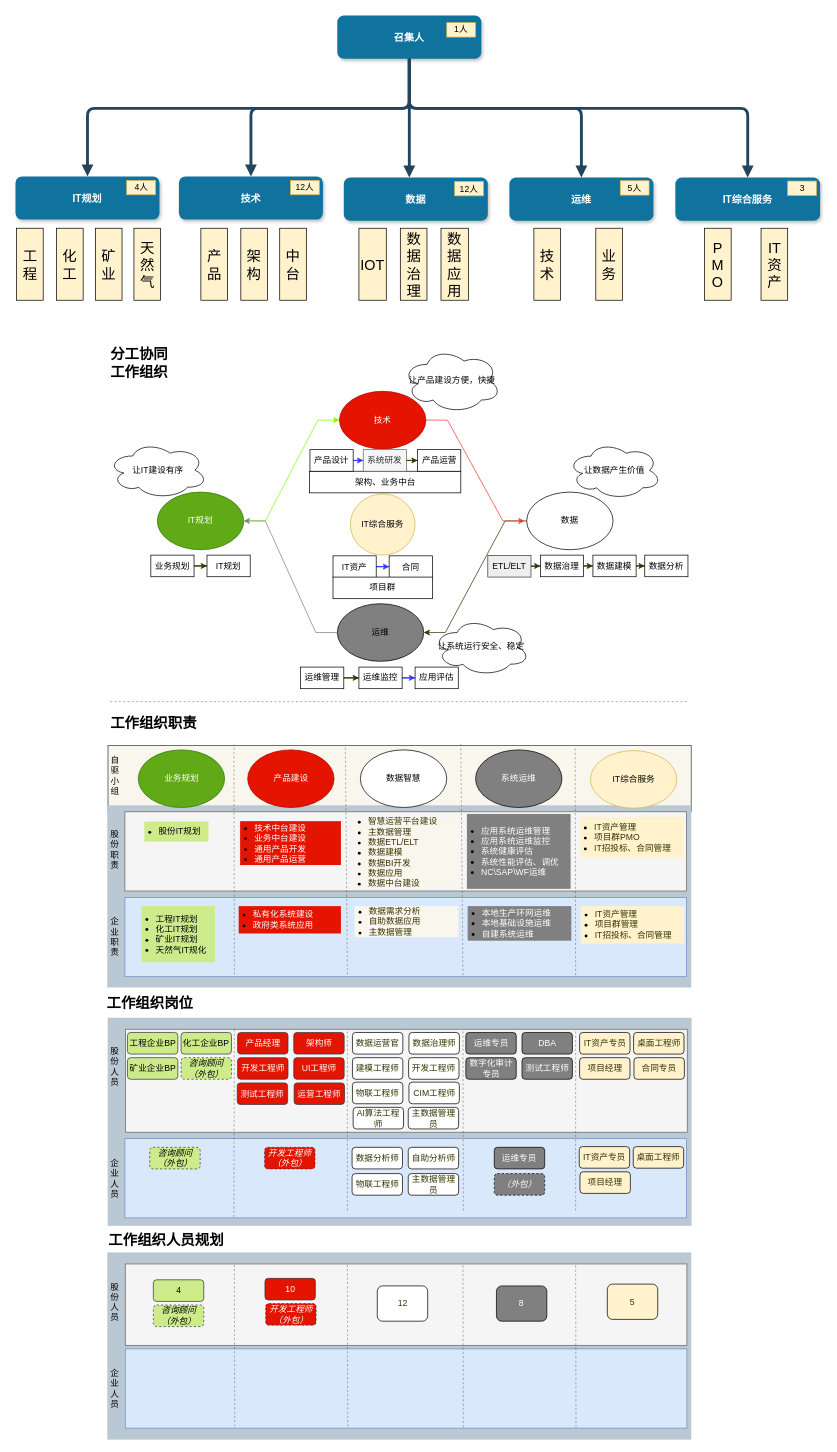
The draw.io diagram page "第 27 页" (20 of 20) of MQ服务.drawio in chinadragonsjz/project, before the edit. Source tidied: cells renumbered, new cells numbered last; positions are measured from the earlier drawing's top-left corner, leaving out a move shared by most shapes. Both pictures are drawn from the tidied source at 72%, with x=0, y=0 at pixel (15, 15).
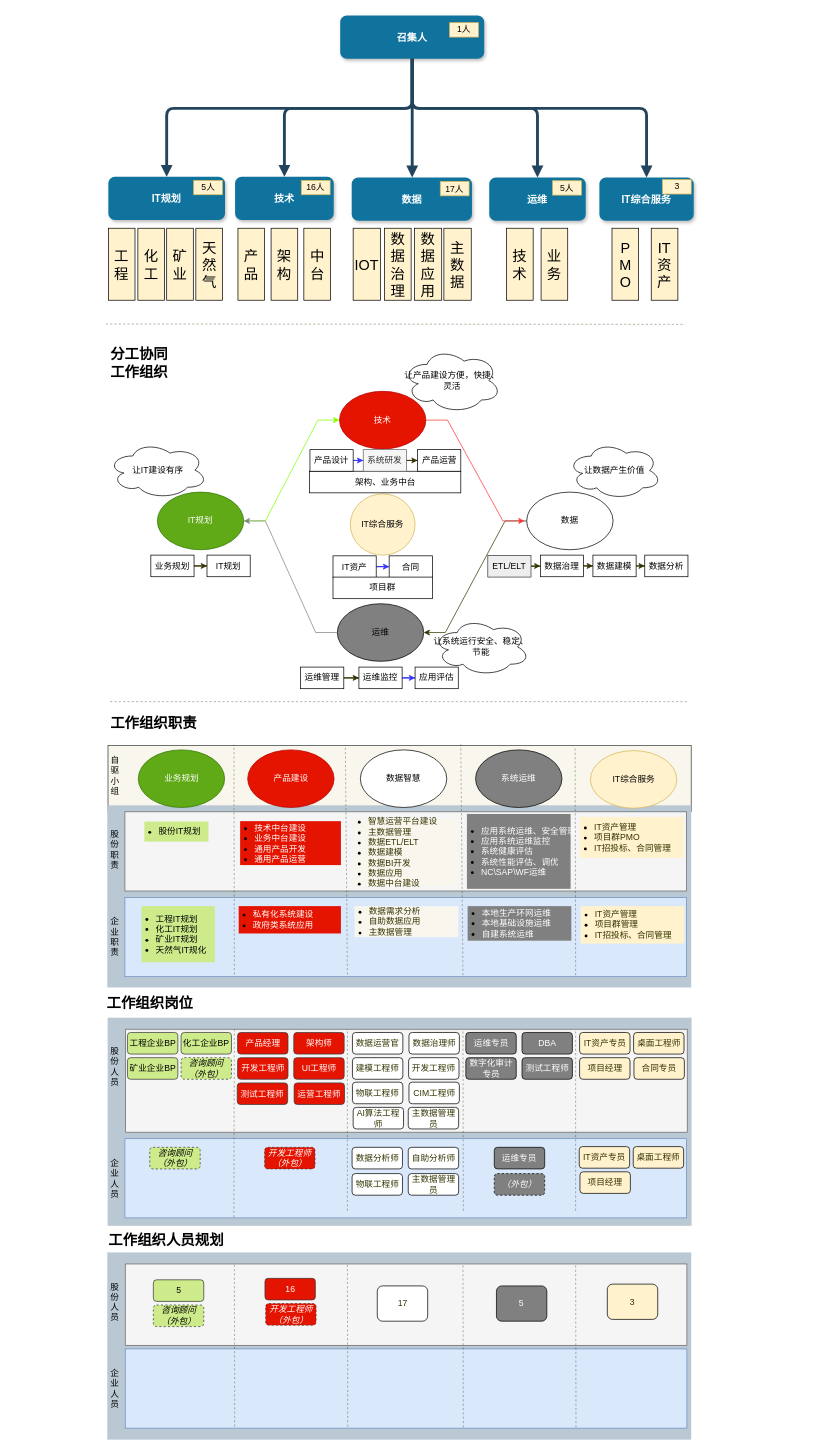
The same diagram, later.

Change to the diagram source:
```diff
@@
-    <mxCell id="25" value="让产品建设方便，快捷" style="ellipse;shape=cloud;whiteSpace=wrap;html=1;" parent="1" vertex="1">
+    <mxCell id="25" value="让产品建设方便，快捷、灵活" style="ellipse;shape=cloud;whiteSpace=wrap;html=1;" parent="1" vertex="1">
       <mxGeometry x="537.5" y="462" width="137" height="90" as="geometry" />
     </mxCell>
-    <mxCell id="26" value="让系统运行安全、稳定" style="ellipse;shape=cloud;whiteSpace=wrap;html=1;" parent="1" vertex="1">
+    <mxCell id="26" value="让系统运行安全、稳定、节能" style="ellipse;shape=cloud;whiteSpace=wrap;html=1;" parent="1" vertex="1">
       <mxGeometry x="580" y="837" width="134" height="80" as="geometry" />
     </mxCell>
@@
-    <mxCell id="49" value="&lt;ul&gt;&lt;li&gt;&lt;font color=&quot;#ffffff&quot;&gt;应用系统运维管理&lt;/font&gt;&lt;/li&gt;&lt;li&gt;&lt;font color=&quot;#ffffff&quot;&gt;应用系统运维监控&lt;/font&gt;&lt;/li&gt;&lt;li&gt;&lt;font color=&quot;#ffffff&quot;&gt;系统健康评估&lt;/font&gt;&lt;/li&gt;&lt;li&gt;&lt;span style=&quot;color: rgb(255 , 255 , 255)&quot;&gt;系统性能评估、调优&lt;/span&gt;&lt;br&gt;&lt;/li&gt;&lt;li&gt;&lt;font color=&quot;#ffffff&quot;&gt;NC\SAP\WF运维&lt;/font&gt;&lt;/li&gt;&lt;/ul&gt;" style="text;html=1;strokeColor=none;fillColor=#808080;align=left;verticalAlign=middle;whiteSpace=wrap;rounded=0;spacing=-20;" parent="1" vertex="1">
+    <mxCell id="49" value="&lt;ul&gt;&lt;li&gt;&lt;font color=&quot;#ffffff&quot;&gt;应用系统运维、安全管理&lt;/font&gt;&lt;/li&gt;&lt;li&gt;&lt;font color=&quot;#ffffff&quot;&gt;应用系统运维监控&lt;/font&gt;&lt;/li&gt;&lt;li&gt;&lt;font color=&quot;#ffffff&quot;&gt;系统健康评估&lt;/font&gt;&lt;/li&gt;&lt;li&gt;&lt;span style=&quot;color: rgb(255 , 255 , 255)&quot;&gt;系统性能评估、调优&lt;/span&gt;&lt;br&gt;&lt;/li&gt;&lt;li&gt;&lt;font color=&quot;#ffffff&quot;&gt;NC\SAP\WF运维&lt;/font&gt;&lt;/li&gt;&lt;/ul&gt;" style="text;html=1;strokeColor=none;fillColor=#808080;align=left;verticalAlign=middle;whiteSpace=wrap;rounded=0;spacing=-20;" parent="1" vertex="1">
       <mxGeometry x="627" y="1109" width="144" height="104" as="geometry" />
     </mxCell>
@@
-    <mxCell id="123" value="4" style="rounded=1;whiteSpace=wrap;html=1;fillColor=#cdeb8b;strokeColor=#36393d;" parent="1" vertex="1">
+    <mxCell id="123" value="5" style="rounded=1;whiteSpace=wrap;html=1;fillColor=#cdeb8b;strokeColor=#36393d;" parent="1" vertex="1">
       <mxGeometry x="191.5" y="1756" width="70" height="30" as="geometry" />
     </mxCell>
-    <mxCell id="124" value="&lt;font color=&quot;#ffffff&quot;&gt;10&lt;/font&gt;" style="rounded=1;whiteSpace=wrap;html=1;fillColor=#E51400;strokeColor=#36393d;" parent="1" vertex="1">
+    <mxCell id="124" value="&lt;font color=&quot;#ffffff&quot;&gt;16&lt;/font&gt;" style="rounded=1;whiteSpace=wrap;html=1;fillColor=#E51400;strokeColor=#36393d;" parent="1" vertex="1">
       <mxGeometry x="346.5" y="1754" width="70" height="30" as="geometry" />
     </mxCell>
-    <mxCell id="125" value="&lt;font color=&quot;#333300&quot;&gt;12&lt;/font&gt;" style="rounded=1;whiteSpace=wrap;html=1;" parent="1" vertex="1">
+    <mxCell id="125" value="&lt;font color=&quot;#333300&quot;&gt;17&lt;/font&gt;" style="rounded=1;whiteSpace=wrap;html=1;" parent="1" vertex="1">
       <mxGeometry x="502.5" y="1764.5" width="70" height="49" as="geometry" />
     </mxCell>
-    <mxCell id="126" value="&lt;font color=&quot;#ffffff&quot;&gt;8&lt;/font&gt;" style="rounded=1;whiteSpace=wrap;html=1;fillColor=#808080;" parent="1" vertex="1">
+    <mxCell id="126" value="&lt;font color=&quot;#ffffff&quot;&gt;5&lt;/font&gt;" style="rounded=1;whiteSpace=wrap;html=1;fillColor=#808080;" parent="1" vertex="1">
       <mxGeometry x="668" y="1764.5" width="70" height="49" as="geometry" />
     </mxCell>
-    <mxCell id="127" value="&lt;font color=&quot;#333300&quot;&gt;5&lt;/font&gt;" style="rounded=1;whiteSpace=wrap;html=1;fillColor=#FFF2CC;" parent="1" vertex="1">
+    <mxCell id="127" value="&lt;font color=&quot;#333300&quot;&gt;3&lt;/font&gt;" style="rounded=1;whiteSpace=wrap;html=1;fillColor=#FFF2CC;" parent="1" vertex="1">
       <mxGeometry x="822" y="1762" width="70" height="49" as="geometry" />
     </mxCell>
@@
     <mxCell id="130" value="召集人" style="rounded=1;fillColor=#10739E;strokeColor=none;shadow=1;gradientColor=none;fontStyle=1;fontColor=#FFFFFF;fontSize=14;" parent="1" vertex="1">
-      <mxGeometry x="447" width="200" height="60" as="geometry" />
+      <mxGeometry x="451" width="200" height="60" as="geometry" />
     </mxCell>
     <mxCell id="131" value="IT规划" style="rounded=1;fillColor=#10739E;strokeColor=none;shadow=1;gradientColor=none;fontStyle=1;fontColor=#FFFFFF;fontSize=14;" parent="1" vertex="1">
-      <mxGeometry y="223.5" width="200" height="60" as="geometry" />
+      <mxGeometry x="129" y="224" width="162" height="60" as="geometry" />
     </mxCell>
     <mxCell id="132" value="数据" style="rounded=1;fillColor=#10739E;strokeColor=none;shadow=1;gradientColor=none;fontStyle=1;fontColor=#FFFFFF;fontSize=14;" parent="1" vertex="1">
-      <mxGeometry x="456" y="225" width="200" height="60" as="geometry" />
+      <mxGeometry x="467" y="225" width="167" height="60" as="geometry" />
     </mxCell>
     <mxCell id="133" value="IT综合服务" style="rounded=1;fillColor=#10739E;strokeColor=none;shadow=1;gradientColor=none;fontStyle=1;fontColor=#FFFFFF;fontSize=14;" parent="1" vertex="1">
-      <mxGeometry x="916.5" y="225" width="201" height="60" as="geometry" />
+      <mxGeometry x="811" y="225" width="131" height="60" as="geometry" />
     </mxCell>
     <mxCell id="134" value="技术" style="rounded=1;fillColor=#10739E;strokeColor=none;shadow=1;gradientColor=none;fontStyle=1;fontColor=#FFFFFF;fontSize=14;" parent="1" vertex="1">
-      <mxGeometry x="227" y="223.5" width="200" height="60" as="geometry" />
+      <mxGeometry x="305" y="224" width="137" height="60" as="geometry" />
     </mxCell>
     <mxCell id="135" value="运维" style="rounded=1;fillColor=#10739E;strokeColor=none;shadow=1;gradientColor=none;fontStyle=1;fontColor=#FFFFFF;fontSize=14;" parent="1" vertex="1">
-      <mxGeometry x="686" y="225" width="200" height="60" as="geometry" />
+      <mxGeometry x="658" y="225" width="134" height="60" as="geometry" />
     </mxCell>
     <mxCell id="136" style="edgeStyle=elbowEdgeStyle;elbow=vertical;strokeWidth=4;endArrow=block;endFill=1;fontStyle=1;strokeColor=#23445D;exitX=0.5;exitY=1;exitDx=0;exitDy=0;" parent="1" edge="1" source="130" target="132">
       <mxGeometry x="-173" y="-51" as="geometry">
         <Array as="points">
-          <mxPoint x="547" y="220" />
-          <mxPoint x="607.5" y="129" />
+          <mxPoint x="551" y="180" />
+          <mxPoint x="611" y="220" />
+          <mxPoint x="671.5" y="129" />
         </Array>
       </mxGeometry>
     </mxCell>
     <mxCell id="137" style="edgeStyle=elbowEdgeStyle;elbow=vertical;strokeWidth=4;endArrow=block;endFill=1;fontStyle=1;strokeColor=#23445D;exitX=0.5;exitY=1;exitDx=0;exitDy=0;" parent="1" edge="1" source="130" target="131">
       <mxGeometry x="-173" y="-51" as="geometry">
         <Array as="points">
-          <mxPoint x="387.5" y="129" />
+          <mxPoint x="451.5" y="129" />
         </Array>
       </mxGeometry>
     </mxCell>
-    <mxCell id="138" style="edgeStyle=elbowEdgeStyle;elbow=vertical;strokeWidth=4;endArrow=block;endFill=1;fontStyle=1;strokeColor=#23445D;exitX=0.5;exitY=1;exitDx=0;exitDy=0;" parent="1" edge="1" source="130" target="133">
+    <mxCell id="138" style="edgeStyle=elbowEdgeStyle;elbow=vertical;strokeWidth=4;endArrow=block;endFill=1;fontStyle=1;strokeColor=#23445D;exitX=0.5;exitY=1;exitDx=0;exitDy=0;entryX=0.5;entryY=0;entryDx=0;entryDy=0;" parent="1" edge="1" source="130" target="133">
       <mxGeometry x="-173" y="-51" as="geometry">
         <Array as="points">
-          <mxPoint x="847.5" y="129" />
+          <mxPoint x="911.5" y="129" />
         </Array>
       </mxGeometry>
     </mxCell>
     <mxCell id="139" value="1人" style="text;html=1;strokeColor=#d6b656;fillColor=#fff2cc;align=center;verticalAlign=middle;whiteSpace=wrap;rounded=0;" parent="1" vertex="1">
-      <mxGeometry x="599" y="10" width="40" height="20" as="geometry" />
+      <mxGeometry x="603" y="10" width="40" height="20" as="geometry" />
     </mxCell>
     <mxCell id="140" value="3" style="text;html=1;strokeColor=#d6b656;fillColor=#fff2cc;align=center;verticalAlign=middle;whiteSpace=wrap;rounded=0;" parent="1" vertex="1">
-      <mxGeometry x="1072.5" y="230" width="40" height="20" as="geometry" />
+      <mxGeometry x="898.5" y="228" width="40" height="20" as="geometry" />
     </mxCell>
-    <mxCell id="141" value="12人" style="text;html=1;strokeColor=#d6b656;fillColor=#fff2cc;align=center;verticalAlign=middle;whiteSpace=wrap;rounded=0;" parent="1" vertex="1">
-      <mxGeometry x="382" y="229" width="40" height="20" as="geometry" />
+    <mxCell id="141" value="16人" style="text;html=1;strokeColor=#d6b656;fillColor=#fff2cc;align=center;verticalAlign=middle;whiteSpace=wrap;rounded=0;" parent="1" vertex="1">
+      <mxGeometry x="397" y="229" width="40" height="20" as="geometry" />
     </mxCell>
-    <mxCell id="142" value="4人" style="text;html=1;strokeColor=#d6b656;fillColor=#fff2cc;align=center;verticalAlign=middle;whiteSpace=wrap;rounded=0;" parent="1" vertex="1">
-      <mxGeometry x="154.5" y="229" width="40" height="20" as="geometry" />
+    <mxCell id="142" value="5人" style="text;html=1;strokeColor=#d6b656;fillColor=#fff2cc;align=center;verticalAlign=middle;whiteSpace=wrap;rounded=0;" parent="1" vertex="1">
+      <mxGeometry x="247.5" y="229" width="40" height="20" as="geometry" />
     </mxCell>
     <mxCell id="143" value="5人" style="text;html=1;strokeColor=#d6b656;fillColor=#fff2cc;align=center;verticalAlign=middle;whiteSpace=wrap;rounded=0;" parent="1" vertex="1">
-      <mxGeometry x="840" y="229.5" width="40" height="20" as="geometry" />
+      <mxGeometry x="746" y="229.5" width="40" height="20" as="geometry" />
     </mxCell>
     <mxCell id="144" style="edgeStyle=elbowEdgeStyle;elbow=vertical;strokeWidth=4;endArrow=block;endFill=1;fontStyle=1;strokeColor=#23445D;exitX=0.5;exitY=1;exitDx=0;exitDy=0;" parent="1" edge="1" source="130" target="134">
       <mxGeometry x="-163" y="-41" as="geometry">
         <Array as="points">
-          <mxPoint x="487.5" y="129" />
+          <mxPoint x="551.5" y="129" />
         </Array>
       </mxGeometry>
     </mxCell>
     <mxCell id="145" style="edgeStyle=elbowEdgeStyle;elbow=vertical;strokeWidth=4;endArrow=block;endFill=1;fontStyle=1;strokeColor=#23445D;exitX=0.5;exitY=1;exitDx=0;exitDy=0;entryX=0.5;entryY=0;entryDx=0;entryDy=0;" parent="1" edge="1" source="130" target="135">
       <mxGeometry x="-143" y="-21" as="geometry">
         <Array as="points">
-          <mxPoint x="717.5" y="129" />
+          <mxPoint x="781.5" y="129" />
         </Array>
       </mxGeometry>
     </mxCell>
     <mxCell id="146" value="数据治理" style="rounded=0;whiteSpace=wrap;html=1;strokeWidth=1;fillColor=#FFF2CC;fontSize=20;align=center;" parent="1" vertex="1">
-      <mxGeometry x="534.5" y="295.5" width="37" height="100" as="geometry" />
+      <mxGeometry x="512.5" y="295.5" width="37" height="100" as="geometry" />
     </mxCell>
     <mxCell id="147" value="数据应用" style="rounded=0;whiteSpace=wrap;html=1;strokeWidth=1;fillColor=#FFF2CC;fontSize=20;align=center;" parent="1" vertex="1">
-      <mxGeometry x="591" y="295.5" width="38" height="100" as="geometry" />
+      <mxGeometry x="554" y="295.5" width="38" height="100" as="geometry" />
     </mxCell>
     <mxCell id="148" value="IOT" style="rounded=0;whiteSpace=wrap;html=1;strokeWidth=1;fillColor=#FFF2CC;fontSize=20;align=center;" parent="1" vertex="1">
-      <mxGeometry x="477" y="295.5" width="38" height="100" as="geometry" />
+      <mxGeometry x="469" y="295.5" width="38" height="100" as="geometry" />
     </mxCell>
     <mxCell id="149" value="工程" style="rounded=0;whiteSpace=wrap;html=1;strokeWidth=1;fillColor=#FFF2CC;fontSize=20;align=center;" parent="1" vertex="1">
-      <mxGeometry x="1.5" y="295.5" width="37" height="100" as="geometry" />
+      <mxGeometry x="129" y="295.5" width="37" height="100" as="geometry" />
     </mxCell>
     <mxCell id="150" value="化工" style="rounded=0;whiteSpace=wrap;html=1;strokeWidth=1;fillColor=#FFF2CC;fontSize=20;align=center;" parent="1" vertex="1">
-      <mxGeometry x="57" y="295.5" width="37" height="100" as="geometry" />
+      <mxGeometry x="170" y="295.5" width="37" height="100" as="geometry" />
     </mxCell>
     <mxCell id="151" value="矿业" style="rounded=0;whiteSpace=wrap;html=1;strokeWidth=1;fillColor=#FFF2CC;fontSize=20;align=center;" parent="1" vertex="1">
-      <mxGeometry x="111" y="295.5" width="37" height="100" as="geometry" />
+      <mxGeometry x="210" y="295.5" width="37" height="100" as="geometry" />
     </mxCell>
     <mxCell id="152" value="天然气" style="rounded=0;whiteSpace=wrap;html=1;strokeWidth=1;fillColor=#FFF2CC;fontSize=20;align=center;" parent="1" vertex="1">
-      <mxGeometry x="164.5" y="295.5" width="37" height="100" as="geometry" />
+      <mxGeometry x="250.5" y="295.5" width="37" height="100" as="geometry" />
     </mxCell>
-    <mxCell id="153" value="12人" style="text;html=1;strokeColor=#d6b656;fillColor=#fff2cc;align=center;verticalAlign=middle;whiteSpace=wrap;rounded=0;" parent="1" vertex="1">
-      <mxGeometry x="610" y="230.5" width="40" height="20" as="geometry" />
+    <mxCell id="153" value="17人" style="text;html=1;strokeColor=#d6b656;fillColor=#fff2cc;align=center;verticalAlign=middle;whiteSpace=wrap;rounded=0;" parent="1" vertex="1">
+      <mxGeometry x="590" y="230.5" width="40" height="20" as="geometry" />
     </mxCell>
     <mxCell id="154" value="产品" style="rounded=0;whiteSpace=wrap;html=1;strokeWidth=1;fillColor=#FFF2CC;fontSize=20;align=center;" parent="1" vertex="1">
-      <mxGeometry x="257.5" y="295.5" width="37" height="100" as="geometry" />
+      <mxGeometry x="309" y="295.5" width="37" height="100" as="geometry" />
     </mxCell>
     <mxCell id="155" value="架构" style="rounded=0;whiteSpace=wrap;html=1;strokeWidth=1;fillColor=#FFF2CC;fontSize=20;align=center;" parent="1" vertex="1">
-      <mxGeometry x="313" y="295.5" width="37" height="100" as="geometry" />
+      <mxGeometry x="355" y="295.5" width="37" height="100" as="geometry" />
     </mxCell>
     <mxCell id="156" value="中台" style="rounded=0;whiteSpace=wrap;html=1;strokeWidth=1;fillColor=#FFF2CC;fontSize=20;align=center;" parent="1" vertex="1">
-      <mxGeometry x="367" y="295.5" width="37" height="100" as="geometry" />
+      <mxGeometry x="400.5" y="295.5" width="37" height="100" as="geometry" />
     </mxCell>
     <mxCell id="157" value="技术" style="rounded=0;whiteSpace=wrap;html=1;strokeWidth=1;fillColor=#FFF2CC;fontSize=20;align=center;" parent="1" vertex="1">
-      <mxGeometry x="720" y="295.5" width="37" height="100" as="geometry" />
+      <mxGeometry x="682" y="295.5" width="37" height="100" as="geometry" />
     </mxCell>
     <mxCell id="158" value="业务" style="rounded=0;whiteSpace=wrap;html=1;strokeWidth=1;fillColor=#FFF2CC;fontSize=20;align=center;" parent="1" vertex="1">
-      <mxGeometry x="806" y="295.5" width="37" height="100" as="geometry" />
+      <mxGeometry x="730" y="295.5" width="37" height="100" as="geometry" />
     </mxCell>
     <mxCell id="159" value="P&lt;br&gt;M&lt;br&gt;O" style="rounded=0;whiteSpace=wrap;html=1;strokeWidth=1;fillColor=#FFF2CC;fontSize=20;align=center;" parent="1" vertex="1">
-      <mxGeometry x="957" y="295.5" width="37" height="100" as="geometry" />
+      <mxGeometry x="828.5" y="295.5" width="37" height="100" as="geometry" />
     </mxCell>
     <mxCell id="160" value="IT资产" style="rounded=0;whiteSpace=wrap;html=1;strokeWidth=1;fillColor=#FFF2CC;fontSize=20;align=center;" parent="1" vertex="1">
-      <mxGeometry x="1035.5" y="295.5" width="37" height="100" as="geometry" />
+      <mxGeometry x="883" y="295.5" width="37" height="100" as="geometry" />
     </mxCell>
@@
+    <mxCell id="164" style="endArrow=none;html=1;strokeColor=#333300;opacity=50;dashed=1;" parent="1" edge="1">
+      <mxGeometry relative="1" as="geometry">
+        <mxPoint x="125.5" y="428.5" as="sourcePoint" />
+        <mxPoint x="930" y="429" as="targetPoint" />
+      </mxGeometry>
+    </mxCell>
+    <mxCell id="165" value="主数据" style="rounded=0;whiteSpace=wrap;html=1;strokeWidth=1;fillColor=#FFF2CC;fontSize=20;align=center;" parent="1" vertex="1">
+      <mxGeometry x="595" y="295.5" width="38" height="100" as="geometry" />
+    </mxCell>
```
